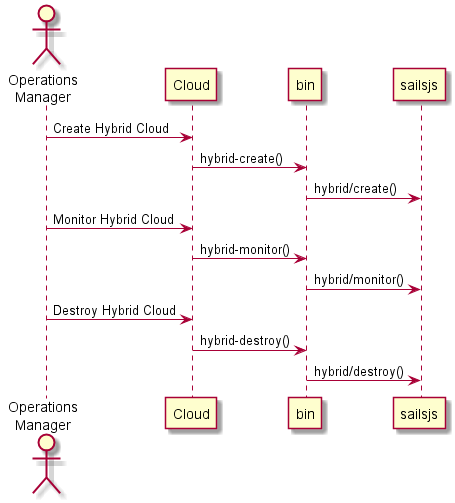
Earlier version of the PlantUML export docs/Solution/Cloud/UserInteraction.png (CAADE/edgeville). Its diagram source:
```plantuml
@startuml
actor "Operations\nManager" as User

User -> "Cloud": Create Hybrid Cloud
"Cloud" -> bin: hybrid-create()
bin -> sailsjs: hybrid/create()

User -> "Cloud": Monitor Hybrid Cloud
"Cloud" -> bin: hybrid-monitor()
bin -> sailsjs: hybrid/monitor()

User -> "Cloud": Destroy Hybrid Cloud
"Cloud" -> bin: hybrid-destroy()
bin -> sailsjs: hybrid/destroy()

@enduml
```
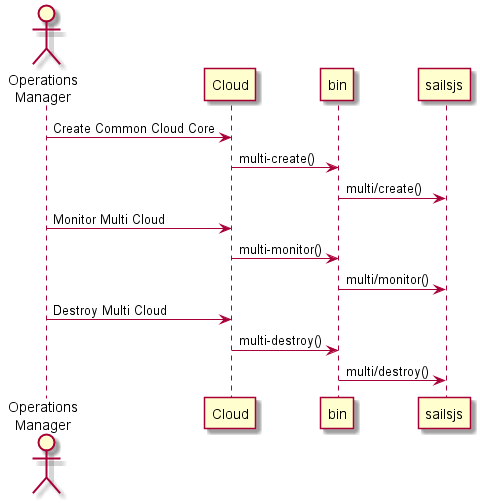
The same diagram one commit later.

The edit, as a diff of the source:
```diff
@@ -1,16 +1,16 @@
 @startuml
 actor "Operations\nManager" as User
 
-User -> "Cloud": Create Hybrid Cloud
-"Cloud" -> bin: hybrid-create()
-bin -> sailsjs: hybrid/create()
+User -> "Cloud": Create Common Cloud Core
+"Cloud" -> bin: multi-create()
+bin -> sailsjs: multi/create()
 
-User -> "Cloud": Monitor Hybrid Cloud
-"Cloud" -> bin: hybrid-monitor()
-bin -> sailsjs: hybrid/monitor()
+User -> "Cloud": Monitor Multi Cloud
+"Cloud" -> bin: multi-monitor()
+bin -> sailsjs: multi/monitor()
 
-User -> "Cloud": Destroy Hybrid Cloud
-"Cloud" -> bin: hybrid-destroy()
-bin -> sailsjs: hybrid/destroy()
+User -> "Cloud": Destroy Multi Cloud
+"Cloud" -> bin: multi-destroy()
+bin -> sailsjs: multi/destroy()
 
 @enduml
```
